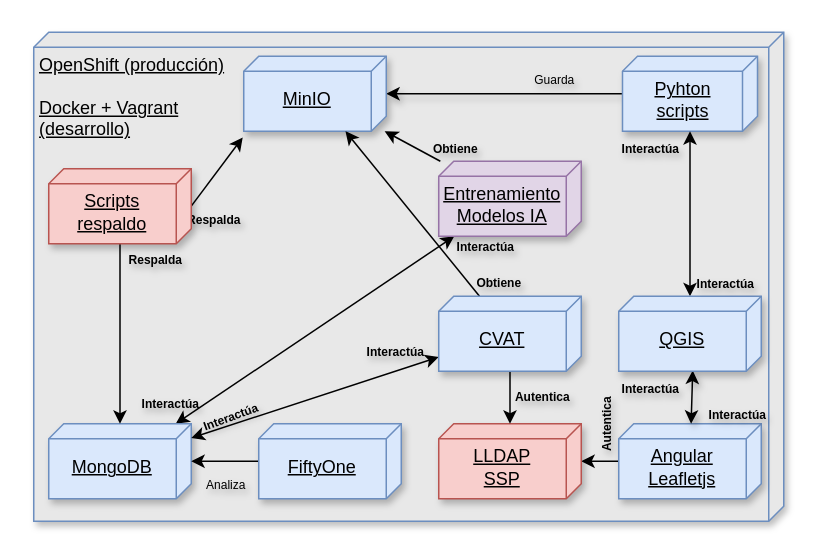
brunomaso1/uba-ceia keeps this draw.io diagram as page "Plataforma de monitoreo - Herramientas" (2 of 5) of ceia-memoria/memoria/Figures projects/Diagramas gestion de proyectos.drawio. Above is the earlier version. Source tidied: cells renumbered, new cells numbered last; positions are measured from the earlier drawing's top-left corner, leaving out a move shared by most shapes. Both pictures are drawn from the tidied source at 150%, with x=0, y=0 at pixel (33, 32).
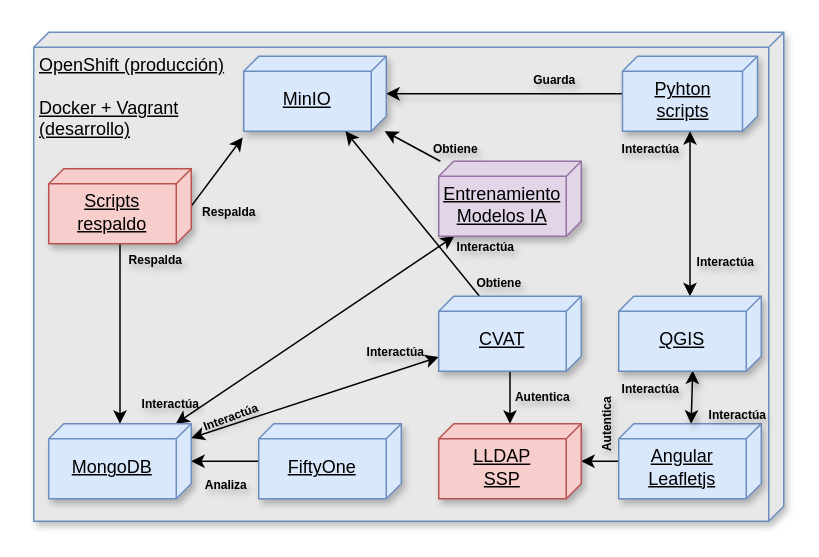
After the change.

Unchanged cells that the change refers to:
```xml
<mxCell id="3" style="rounded=0;jettySize=auto;html=1;shadow=1;" parent="1" edge="1" source="5" target="6">
  <mxGeometry relative="1" as="geometry" />
</mxCell>
<mxCell id="17" style="rounded=0;jettySize=auto;html=1;entryX=1.082;entryY=1.007;entryDx=0;entryDy=0;entryPerimeter=0;" parent="1" edge="1" target="6">
  <mxGeometry relative="1" as="geometry">
    <mxPoint x="105" y="115.9" as="sourcePoint" />
  </mxGeometry>
</mxCell>
<mxCell id="25" style="rounded=0;jettySize=auto;html=1;" parent="1" edge="1" source="27" target="11">
  <mxGeometry relative="1" as="geometry" />
</mxCell>
```

What changed in the source:
```diff
@@
-    <mxCell id="4" value="Guarda" style="edgeLabel;html=1;align=center;verticalAlign=middle;fontSize=8;labelBackgroundColor=none;textShadow=1;" parent="3" vertex="1">
+    <mxCell id="4" value="Guarda" style="edgeLabel;html=1;align=center;verticalAlign=middle;fontSize=8;labelBackgroundColor=none;textShadow=1;fontStyle=1;" parent="3" vertex="1">
       <mxGeometry x="-0.42" y="2" relative="1" as="geometry">
         <mxPoint y="-12" as="offset" />
       </mxGeometry>
     </mxCell>
@@
     <mxCell id="18" value="Respalda" style="edgeLabel;html=1;align=center;verticalAlign=middle;fontSize=8;labelBackgroundColor=none;labelBorderColor=none;textShadow=1;rotation=0;fontStyle=1;" parent="17" vertex="1">
       <mxGeometry x="0.32" relative="1" as="geometry">
-        <mxPoint x="-8" y="39" as="offset" />
+        <mxPoint x="2" y="34" as="offset" />
       </mxGeometry>
     </mxCell>
@@
-    <mxCell id="26" value="&lt;font style=&quot;font-size: 8px;&quot;&gt;Analiza&lt;/font&gt;" style="edgeLabel;html=1;align=center;verticalAlign=middle;labelBackgroundColor=none;textShadow=1;" parent="25" vertex="1">
+    <mxCell id="26" value="&lt;font style=&quot;font-size: 8px;&quot;&gt;Analiza&lt;/font&gt;" style="edgeLabel;html=1;align=center;verticalAlign=middle;labelBackgroundColor=none;textShadow=1;fontStyle=1;" parent="25" vertex="1">
       <mxGeometry x="0.02" y="1" relative="1" as="geometry">
         <mxPoint y="13" as="offset" />
       </mxGeometry>
     </mxCell>
@@
     <mxCell id="36" value="&lt;font style=&quot;font-size: 8px;&quot;&gt;Interactúa&lt;/font&gt;" style="edgeLabel;html=1;align=center;verticalAlign=middle;textShadow=1;labelBackgroundColor=none;fontStyle=1;" parent="1" vertex="1">
-      <mxGeometry x="460" y="166" as="geometry" />
+      <mxGeometry x="460" y="151" as="geometry" />
     </mxCell>
```
